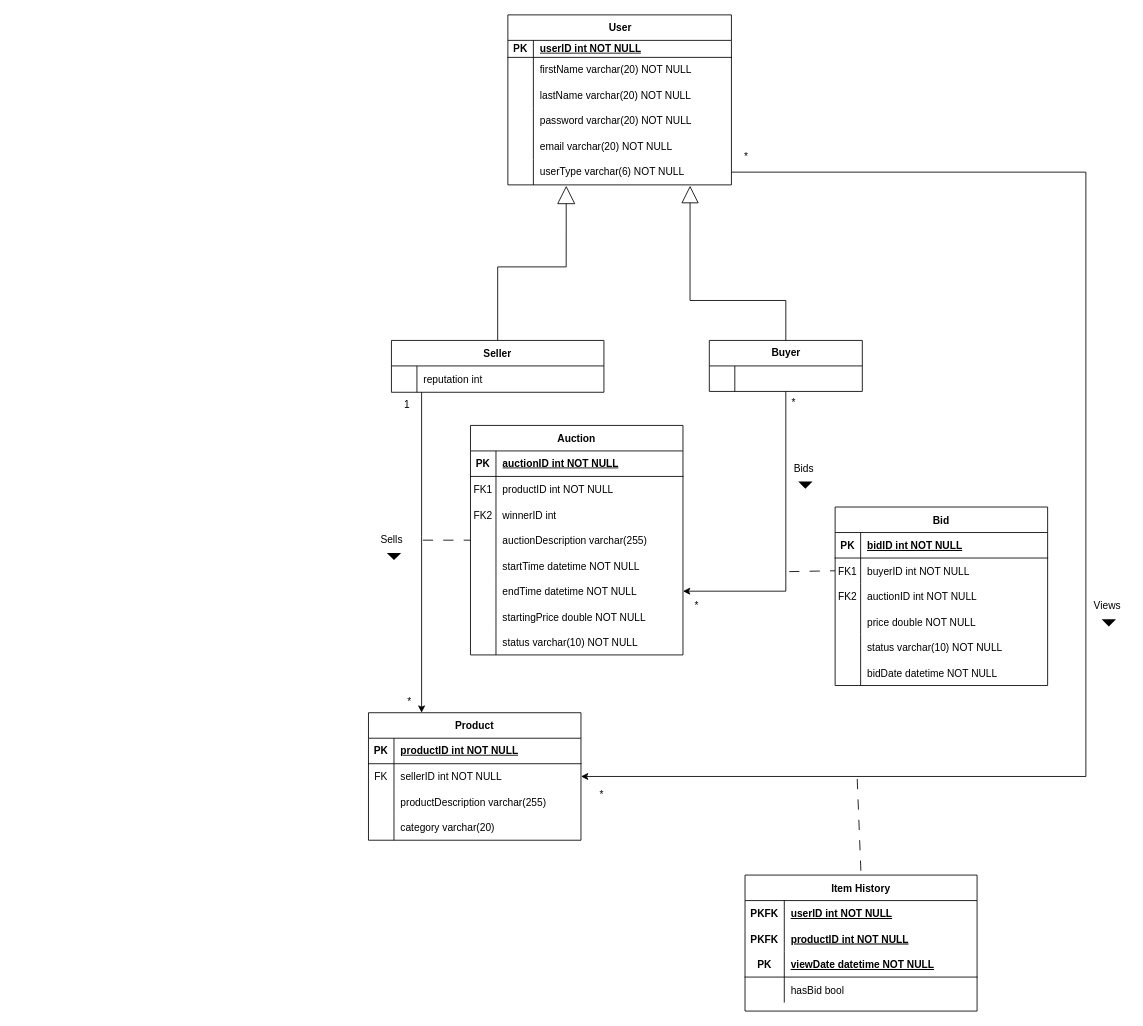
Before: ERD_0.drawio in AnTienHuang/COMP0178, a draw.io diagram. Source tidied: cells renumbered, new cells numbered last; positions are measured from the earlier drawing's top-left corner, leaving out a move shared by most shapes. Both pictures are drawn from the tidied source at 85%, with x=0, y=0 at pixel (368, 14).
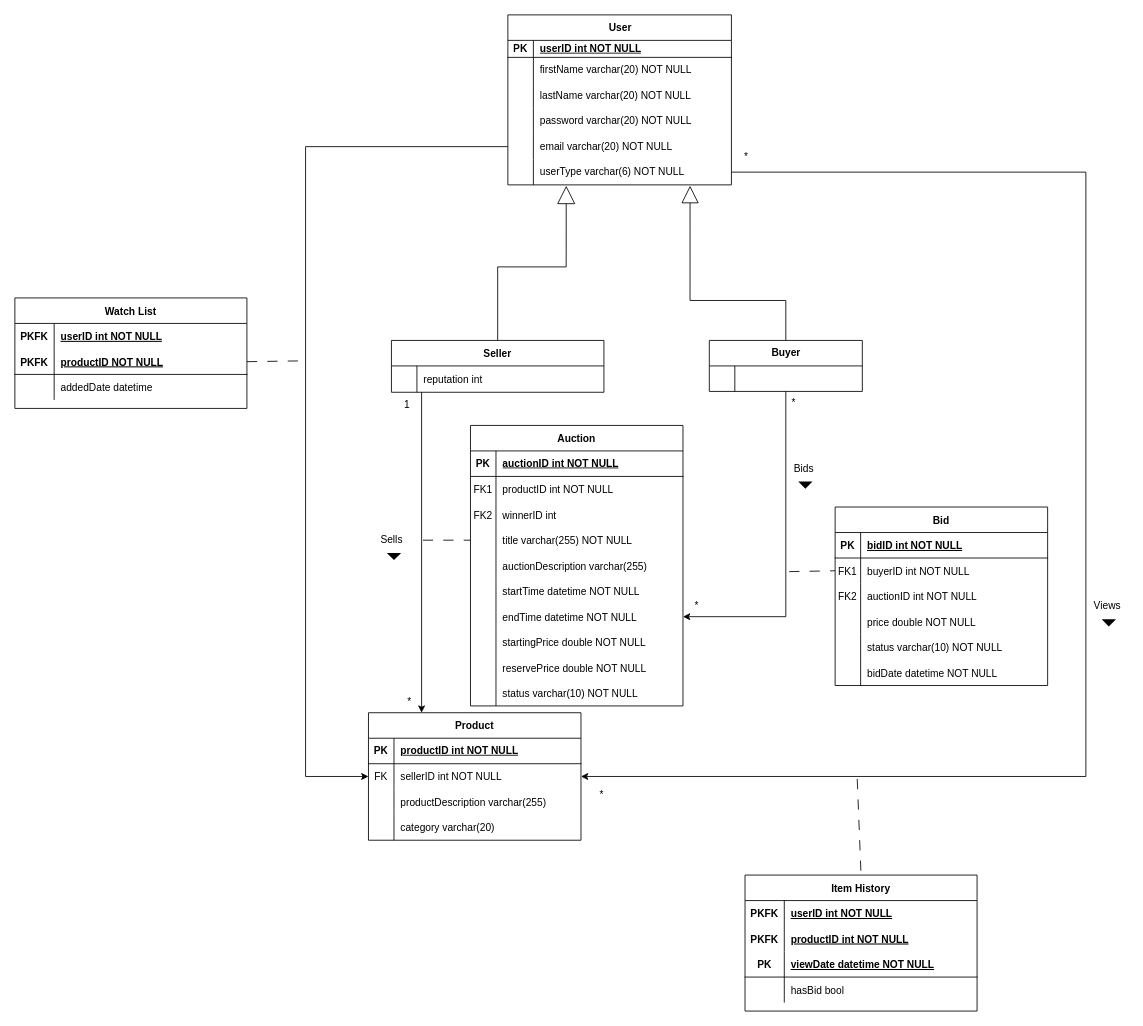
The same page after the edit.

The change refers to these unchanged cells:
```xml
<mxCell id="29" style="shape=tableRow;horizontal=0;startSize=0;swimlaneHead=0;swimlaneBody=0;fillColor=none;points=[[0,0.5],[1,0.5]];portConstraint=eastwest;top=0;left=0;right=0;bottom=0;" parent="16" vertex="1">
  <mxGeometry y="140" width="263" height="30" as="geometry" />
</mxCell>
<mxCell id="48" style="shape=partialRectangle;fillColor=none;points=[[0,0.5],[1,0.5]];portConstraint=eastwest;top=0;left=0;right=0;bottom=0;" parent="44" vertex="1">
  <mxGeometry y="60" width="250" height="30" as="geometry" />
</mxCell>
<mxCell id="90" style="shape=partialRectangle;fillColor=none;points=[[0,0.5],[1,0.5]];portConstraint=eastwest;top=0;left=0;right=0;bottom=0;" parent="80" vertex="1">
  <mxGeometry y="120" width="250" height="30" as="geometry" />
</mxCell>
```

What changed in the source:
```diff
@@
     <mxCell id="80" value="Auction" style="shape=table;startSize=30;childLayout=tableLayout;rowLines=0;fontStyle=1;align=center;swimlaneLine=1;" parent="1" vertex="1">
-      <mxGeometry x="120" y="483" width="250" height="270" as="geometry" />
+      <mxGeometry x="120" y="483" width="250" height="330" as="geometry" />
     </mxCell>
@@
-    <mxCell id="92" value="auctionDescription varchar(255)" style="shape=partialRectangle;overflow=hidden;fillColor=none;top=0;left=0;bottom=0;right=0;align=left;spacingLeft=6;" parent="90" vertex="1">
+    <mxCell id="92" value="title varchar(255) NOT NULL" style="shape=partialRectangle;overflow=hidden;fillColor=none;top=0;left=0;bottom=0;right=0;align=left;spacingLeft=6;" parent="90" vertex="1">
       <mxGeometry x="30" width="220" height="30" as="geometry" />
     </mxCell>
+    <mxCell id="119" style="shape=partialRectangle;fillColor=none;top=0;left=0;right=0;bottom=0;" parent="80" vertex="1">
+      <mxGeometry y="150" width="250" height="30" as="geometry" />
+    </mxCell>
+    <mxCell id="120" style="shape=partialRectangle;overflow=hidden;fillColor=none;top=0;left=0;bottom=0;right=0;" parent="119" vertex="1">
+      <mxGeometry width="30" height="30" as="geometry" />
+    </mxCell>
+    <mxCell id="121" value="auctionDescription varchar(255)" style="shape=partialRectangle;overflow=hidden;fillColor=none;top=0;left=0;bottom=0;right=0;align=left;spacingLeft=6;" parent="119" vertex="1">
+      <mxGeometry x="30" width="220" height="30" as="geometry" />
+    </mxCell>
     <mxCell id="93" style="shape=partialRectangle;fillColor=none;top=0;left=0;right=0;bottom=0;" parent="80" vertex="1">
-      <mxGeometry y="150" width="250" height="30" as="geometry" />
+      <mxGeometry y="180" width="250" height="30" as="geometry" />
     </mxCell>
@@
     <mxCell id="96" style="shape=partialRectangle;fillColor=none;points=[[0,0.5],[1,0.5]];portConstraint=eastwest;top=0;left=0;right=0;bottom=0;" parent="80" vertex="1">
-      <mxGeometry y="180" width="250" height="30" as="geometry" />
+      <mxGeometry y="210" width="250" height="30" as="geometry" />
     </mxCell>
@@
     <mxCell id="99" style="shape=partialRectangle;fillColor=none;top=0;left=0;right=0;bottom=0;" parent="80" vertex="1">
-      <mxGeometry y="210" width="250" height="30" as="geometry" />
+      <mxGeometry y="240" width="250" height="30" as="geometry" />
     </mxCell>
@@
+    <mxCell id="122" style="shape=partialRectangle;fillColor=none;top=0;left=0;right=0;bottom=0;" parent="80" vertex="1">
+      <mxGeometry y="270" width="250" height="30" as="geometry" />
+    </mxCell>
+    <mxCell id="123" style="shape=partialRectangle;overflow=hidden;fillColor=none;top=0;left=0;bottom=0;right=0;" parent="122" vertex="1">
+      <mxGeometry width="30" height="30" as="geometry" />
+    </mxCell>
+    <mxCell id="124" value="reservePrice double NOT NULL" style="shape=partialRectangle;overflow=hidden;fillColor=none;top=0;left=0;bottom=0;right=0;align=left;spacingLeft=6;" parent="122" vertex="1">
+      <mxGeometry x="30" width="220" height="30" as="geometry" />
+    </mxCell>
     <mxCell id="102" style="shape=partialRectangle;fillColor=none;top=0;left=0;right=0;bottom=0;" parent="80" vertex="1">
-      <mxGeometry y="240" width="250" height="30" as="geometry" />
+      <mxGeometry y="300" width="250" height="30" as="geometry" />
     </mxCell>
@@
+    <mxCell id="125" style="edgeStyle=orthogonalEdgeStyle;rounded=0;jettySize=auto;html=1;exitX=0;exitY=0.5;exitDx=0;exitDy=0;entryX=0;entryY=0.5;entryDx=0;entryDy=0;" parent="1" edge="1" source="29" target="48">
+      <mxGeometry relative="1" as="geometry">
+        <Array as="points">
+          <mxPoint x="-74" y="155" />
+          <mxPoint x="-74" y="896" />
+        </Array>
+      </mxGeometry>
+    </mxCell>
+    <mxCell id="126" value="Watch List" style="shape=table;startSize=30;childLayout=tableLayout;rowLines=0;fontStyle=1;align=center;" parent="1" vertex="1">
+      <mxGeometry x="-416" y="333" width="273" height="130" as="geometry" />
+    </mxCell>
+    <mxCell id="127" style="shape=partialRectangle;fillColor=none;top=0;left=0;right=0;bottom=0;" parent="126" vertex="1">
+      <mxGeometry y="30" width="273" height="30" as="geometry" />
+    </mxCell>
+    <mxCell id="128" value="PKFK" style="shape=partialRectangle;overflow=hidden;fillColor=none;top=0;left=0;bottom=0;right=0;fontStyle=1;" parent="127" vertex="1">
+      <mxGeometry width="46.2" height="30" as="geometry" />
+    </mxCell>
+    <mxCell id="129" value="userID int NOT NULL" style="shape=partialRectangle;overflow=hidden;fillColor=none;top=0;left=0;bottom=0;right=0;align=left;spacingLeft=6;fontStyle=5;" parent="127" vertex="1">
+      <mxGeometry x="46.2" width="226.8" height="30" as="geometry" />
+    </mxCell>
+    <mxCell id="130" style="shape=partialRectangle;fillColor=none;top=0;left=0;right=0;bottom=1;" parent="126" vertex="1">
+      <mxGeometry y="60" width="273" height="30" as="geometry" />
+    </mxCell>
+    <mxCell id="131" value="PKFK" style="shape=partialRectangle;overflow=hidden;fillColor=none;top=0;left=0;bottom=0;right=0;fontStyle=1;" parent="130" vertex="1">
+      <mxGeometry width="46.2" height="30" as="geometry" />
+    </mxCell>
+    <mxCell id="132" value="productID NOT NULL" style="shape=partialRectangle;overflow=hidden;fillColor=none;top=0;left=0;bottom=0;right=0;align=left;spacingLeft=6;fontStyle=5;" parent="130" vertex="1">
+      <mxGeometry x="46.2" width="226.8" height="30" as="geometry" />
+    </mxCell>
+    <mxCell id="133" style="shape=partialRectangle;fillColor=none;top=0;left=0;right=0;bottom=0;" parent="126" vertex="1">
+      <mxGeometry y="90" width="273" height="30" as="geometry" />
+    </mxCell>
+    <mxCell id="134" style="shape=partialRectangle;overflow=hidden;fillColor=none;top=0;left=0;bottom=0;right=0;" parent="133" vertex="1">
+      <mxGeometry width="46.2" height="30" as="geometry" />
+    </mxCell>
+    <mxCell id="135" value="addedDate datetime" style="shape=partialRectangle;overflow=hidden;fillColor=none;top=0;left=0;bottom=0;right=0;align=left;spacingLeft=6;" parent="133" vertex="1">
+      <mxGeometry x="46.2" width="226.8" height="30" as="geometry" />
+    </mxCell>
+    <mxCell id="136" style="edgeStyle=none;orthogonalLoop=1;jettySize=auto;html=1;rounded=0;entryX=0;entryY=0.5;entryDx=0;entryDy=0;dashed=1;dashPattern=12 12;endArrow=none;endFill=0;exitX=1;exitY=0.5;exitDx=0;exitDy=0;" parent="1" edge="1">
+      <mxGeometry relative="1" as="geometry">
+        <mxPoint x="-143" y="408" as="sourcePoint" />
+        <mxPoint x="-75" y="407" as="targetPoint" />
+      </mxGeometry>
+    </mxCell>
```
